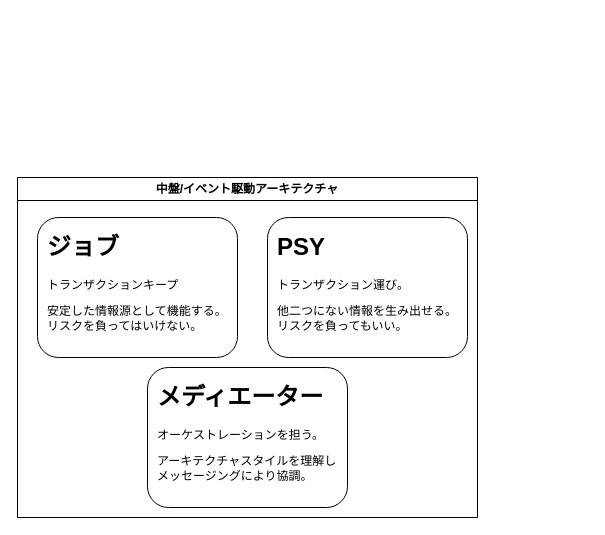
Before: page "ページ3" (3 of 3) of 名称未設定ファイル.drawio in minegishirei/draw_v1, a draw.io diagram. Source tidied: cells renumbered, new cells numbered last; positions are measured from the earlier drawing's top-left corner, leaving out a move shared by most shapes. Both pictures are drawn from the tidied source at 100%, with x=0, y=0 at pixel (17, 177).
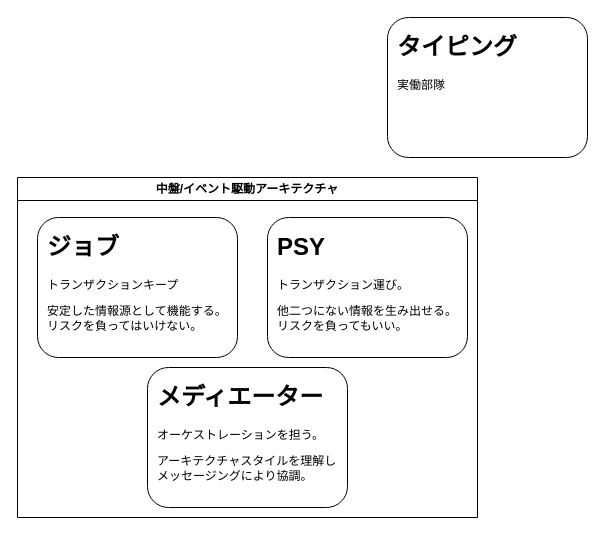
After the change.

The edit, as a diff of the source:
```diff
@@
 <mxGraphModel>
   <root>
     <mxCell id="0" />
     <mxCell id="1" parent="0" />
     <mxCell id="2" style="group;" parent="1" vertex="1">
       <mxGeometry x="130" y="190" width="200" height="140" as="geometry" />
     </mxCell>
     <mxCell id="3" style="rounded=1;whiteSpace=wrap;html=1;" parent="2" vertex="1">
       <mxGeometry width="200" height="140" as="geometry" />
     </mxCell>
     <mxCell id="4" value="&lt;h1&gt;メディエーター&lt;/h1&gt;&lt;p&gt;オーケストレーションを担う。&lt;/p&gt;&lt;p&gt;アーキテクチャスタイルを理解しメッセージングにより協調。&lt;/p&gt;" style="text;html=1;strokeColor=none;fillColor=none;spacing=5;spacingTop=-20;whiteSpace=wrap;overflow=hidden;rounded=0;" parent="2" vertex="1">
       <mxGeometry x="5" y="10" width="190" height="120" as="geometry" />
     </mxCell>
     <mxCell id="5" style="group;" parent="1" vertex="1">
       <mxGeometry x="250" y="40" width="200" height="140" as="geometry" />
     </mxCell>
     <mxCell id="6" style="rounded=1;whiteSpace=wrap;html=1;" parent="5" vertex="1">
       <mxGeometry width="200" height="140" as="geometry" />
     </mxCell>
     <mxCell id="7" value="&lt;h1&gt;PSY&lt;/h1&gt;&lt;p&gt;&lt;span style=&quot;background-color: initial;&quot;&gt;トランザクション運び。&lt;/span&gt;&lt;br&gt;&lt;/p&gt;&lt;p&gt;他二つにない情報を生み出せる。リスクを負ってもいい。&lt;/p&gt;" style="text;html=1;strokeColor=none;fillColor=none;spacing=5;spacingTop=-20;whiteSpace=wrap;overflow=hidden;rounded=0;" parent="5" vertex="1">
       <mxGeometry x="5" y="10" width="190" height="120" as="geometry" />
     </mxCell>
     <mxCell id="8" value="中盤/イベント駆動アーキテクチャ" style="swimlane;whiteSpace=wrap;html=1;" parent="1" vertex="1">
       <mxGeometry width="460" height="340" as="geometry" />
     </mxCell>
     <mxCell id="9" style="group;" parent="8" vertex="1">
       <mxGeometry x="20" y="40" width="200" height="140" as="geometry" />
     </mxCell>
     <mxCell id="10" style="rounded=1;whiteSpace=wrap;html=1;" parent="9" vertex="1">
       <mxGeometry width="200" height="140" as="geometry" />
     </mxCell>
     <mxCell id="11" value="&lt;h1&gt;ジョブ&lt;/h1&gt;&lt;p&gt;トランザクションキープ&lt;/p&gt;&lt;p&gt;安定した情報源として機能する。リスクを負ってはいけない。&lt;/p&gt;" style="text;html=1;strokeColor=none;fillColor=none;spacing=5;spacingTop=-20;whiteSpace=wrap;overflow=hidden;rounded=0;" parent="9" vertex="1">
       <mxGeometry x="5" y="10" width="190" height="120" as="geometry" />
     </mxCell>
+    <mxCell id="12" style="group;" parent="1" vertex="1">
+      <mxGeometry x="370" y="-160" width="200" height="140" as="geometry" />
+    </mxCell>
+    <mxCell id="13" style="rounded=1;whiteSpace=wrap;html=1;" parent="12" vertex="1">
+      <mxGeometry width="200" height="140" as="geometry" />
+    </mxCell>
+    <mxCell id="14" value="&lt;h1&gt;タイピング&lt;/h1&gt;&lt;p&gt;&lt;span style=&quot;background-color: initial;&quot;&gt;実働部隊&lt;/span&gt;&lt;/p&gt;" style="text;html=1;strokeColor=none;fillColor=none;spacing=5;spacingTop=-20;whiteSpace=wrap;overflow=hidden;rounded=0;" parent="12" vertex="1">
+      <mxGeometry x="5" y="10" width="190" height="120" as="geometry" />
+    </mxCell>
   </root>
 </mxGraphModel>
```
